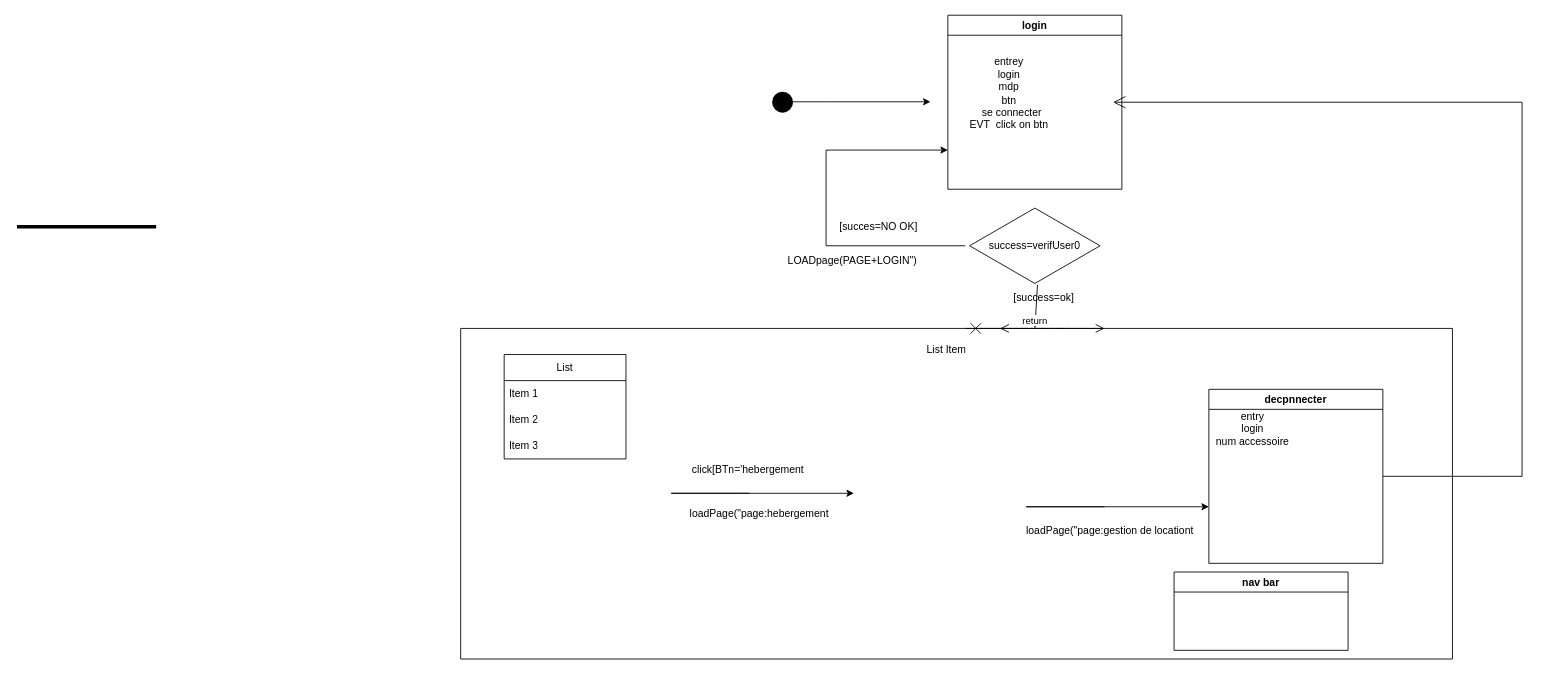
Earlier version of the draw.io diagram UML ETAT TRANSITION.drawio (djn-web/djn-web). Source tidied: cells renumbered, new cells numbered last; positions are measured from the earlier drawing's top-left corner, leaving out a move shared by most shapes. Both pictures are drawn from the tidied source at 87%, with x=0, y=0 at pixel (17, 15).
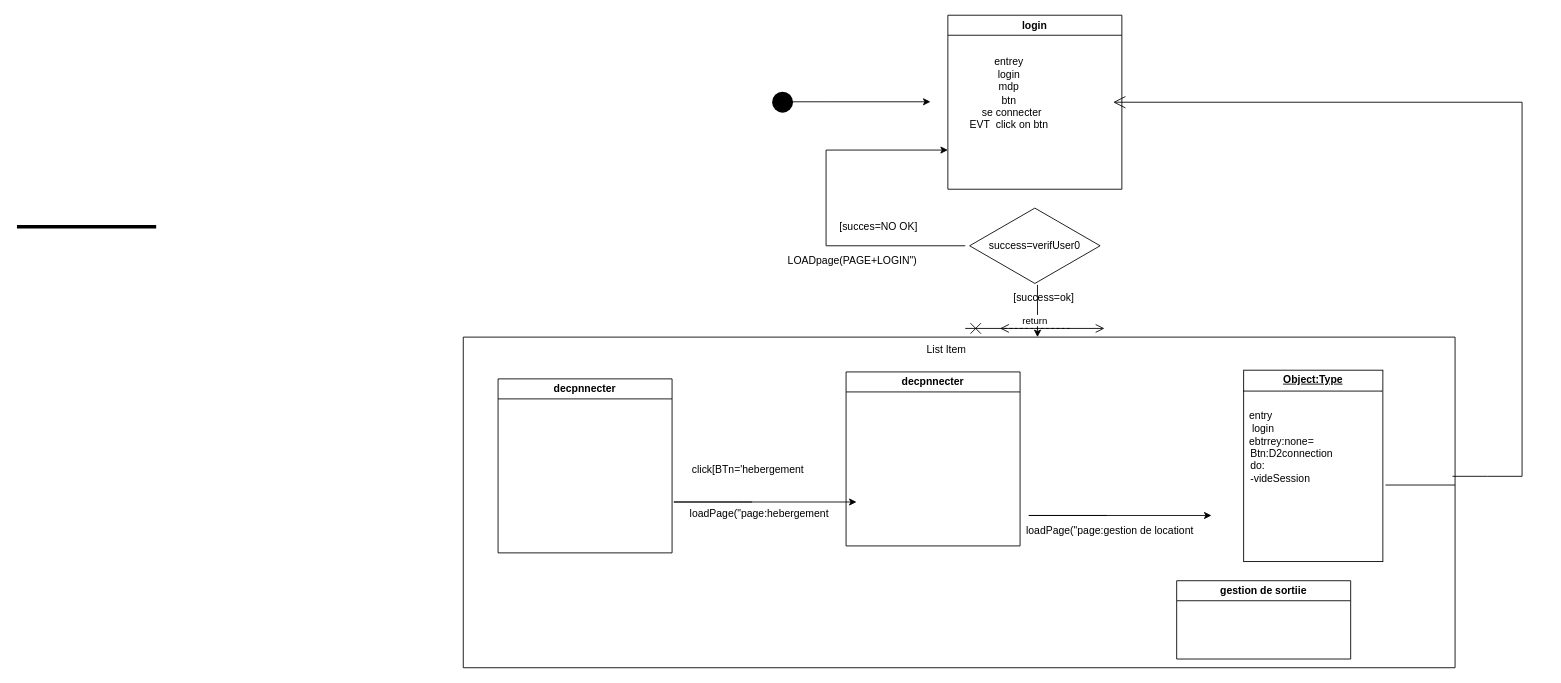
After the change.

Commit message:
Mettre à jour UML ETAT TRANSITION.drawio

The edit, as a diff of the source:
```diff
@@
     <mxCell id="7" style="swimlane;startSize=0;" parent="1" vertex="1">
-      <mxGeometry x="510" y="360" width="1140" height="380" as="geometry" />
+      <mxGeometry x="513" y="370" width="1140" height="380" as="geometry" />
     </mxCell>
-    <mxCell id="8" value="decpnnecter" style="swimlane;whiteSpace=wrap;html=1;startSize=23;" parent="7" vertex="1">
-      <mxGeometry x="860" y="70" width="200" height="200" as="geometry" />
-    </mxCell>
@@
-    <mxCell id="12" value="nav bar" style="swimlane;whiteSpace=wrap;html=1;" parent="7" vertex="1">
+    <mxCell id="12" value="gestion de sortiie" style="swimlane;whiteSpace=wrap;html=1;" parent="7" vertex="1">
       <mxGeometry x="820" y="280" width="200" height="90" as="geometry" />
     </mxCell>
-    <mxCell id="13" value="List" style="swimlane;fontStyle=0;horizontal=1;startSize=30;whiteSpace=wrap;html=1;" parent="7" vertex="1">
-      <mxGeometry x="50" y="30" width="140" height="120" as="geometry" />
-    </mxCell>
-    <mxCell id="14" value="Item 1" style="text;strokeColor=none;fillColor=none;align=left;verticalAlign=middle;spacingLeft=4;spacingRight=4;overflow=hidden;whiteSpace=wrap;html=1;" parent="13" vertex="1">
-      <mxGeometry y="30" width="140" height="30" as="geometry" />
-    </mxCell>
-    <mxCell id="15" value="Item 2" style="text;strokeColor=none;fillColor=none;align=left;verticalAlign=middle;spacingLeft=4;spacingRight=4;overflow=hidden;whiteSpace=wrap;html=1;" parent="13" vertex="1">
-      <mxGeometry y="60" width="140" height="30" as="geometry" />
-    </mxCell>
-    <mxCell id="16" value="Item 3" style="text;strokeColor=none;fillColor=none;align=left;verticalAlign=middle;spacingLeft=4;spacingRight=4;overflow=hidden;whiteSpace=wrap;html=1;" parent="13" vertex="1">
-      <mxGeometry y="90" width="140" height="30" as="geometry" />
-    </mxCell>
+    <mxCell id="32" value="decpnnecter" style="swimlane;whiteSpace=wrap;html=1;startSize=23;" parent="7" vertex="1">
+      <mxGeometry x="440" y="40" width="200" height="200" as="geometry" />
+    </mxCell>
+    <mxCell id="33" value="decpnnecter" style="swimlane;whiteSpace=wrap;html=1;startSize=23;" parent="7" vertex="1">
+      <mxGeometry x="40" y="48" width="200" height="200" as="geometry" />
+    </mxCell>
+    <mxCell id="34" value="&lt;p style=&quot;margin:0px;margin-top:4px;text-align:center;text-decoration:underline;&quot;&gt;&lt;b&gt;Object:Type&lt;/b&gt;&lt;/p&gt;&lt;hr size=&quot;1&quot; style=&quot;border-style:solid;&quot;&gt;&lt;div&gt;&amp;nbsp; &lt;br&gt;&lt;div&gt;&amp;nbsp; entry&lt;/div&gt;&amp;nbsp;&amp;nbsp; login &lt;/div&gt;&lt;div&gt;&amp;nbsp; ebtrrey:none= &lt;/div&gt;&lt;p style=&quot;margin:0px;margin-left:8px;&quot;&gt;Btn:D2connection&lt;br&gt;do:&lt;/p&gt;&lt;p style=&quot;margin:0px;margin-left:8px;&quot;&gt;-videSession &lt;br&gt;&lt;/p&gt;" style="verticalAlign=top;align=left;overflow=fill;html=1;whiteSpace=wrap;" parent="7" vertex="1">
+      <mxGeometry x="897" y="38" width="160" height="220" as="geometry" />
+    </mxCell>
@@
-    <mxCell id="31" value="&lt;div&gt;entry&lt;/div&gt;&lt;div&gt;login &lt;br&gt;&lt;/div&gt;&lt;div&gt;num accessoire&lt;/div&gt;&lt;div&gt;&lt;br&gt;&lt;/div&gt;" style="text;html=1;align=center;verticalAlign=middle;strokeColor=none;fillColor=none;" parent="1" vertex="1">
-      <mxGeometry x="1365" y="448" width="110" height="70" as="geometry" />
-    </mxCell>
```
